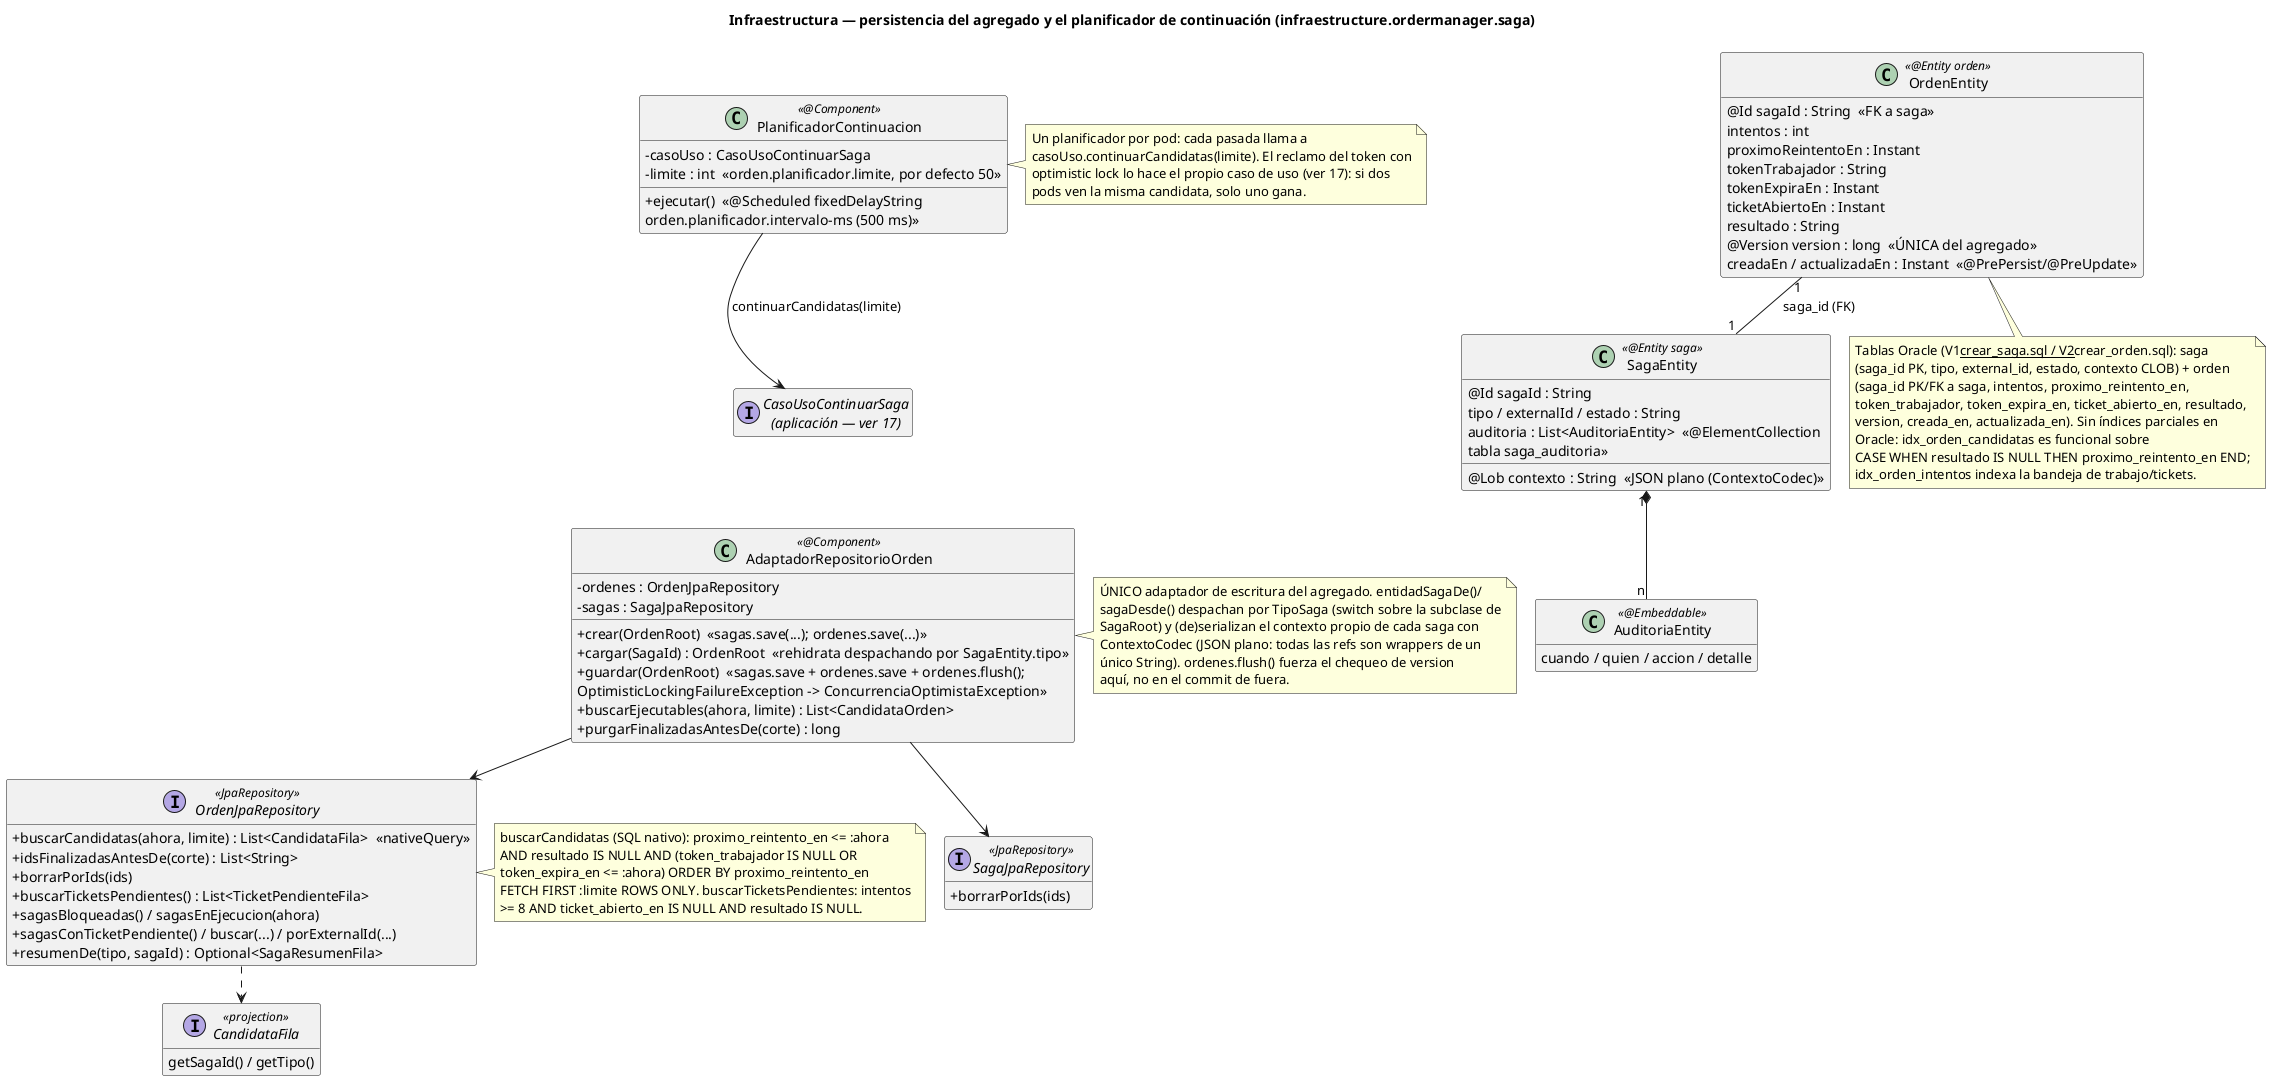
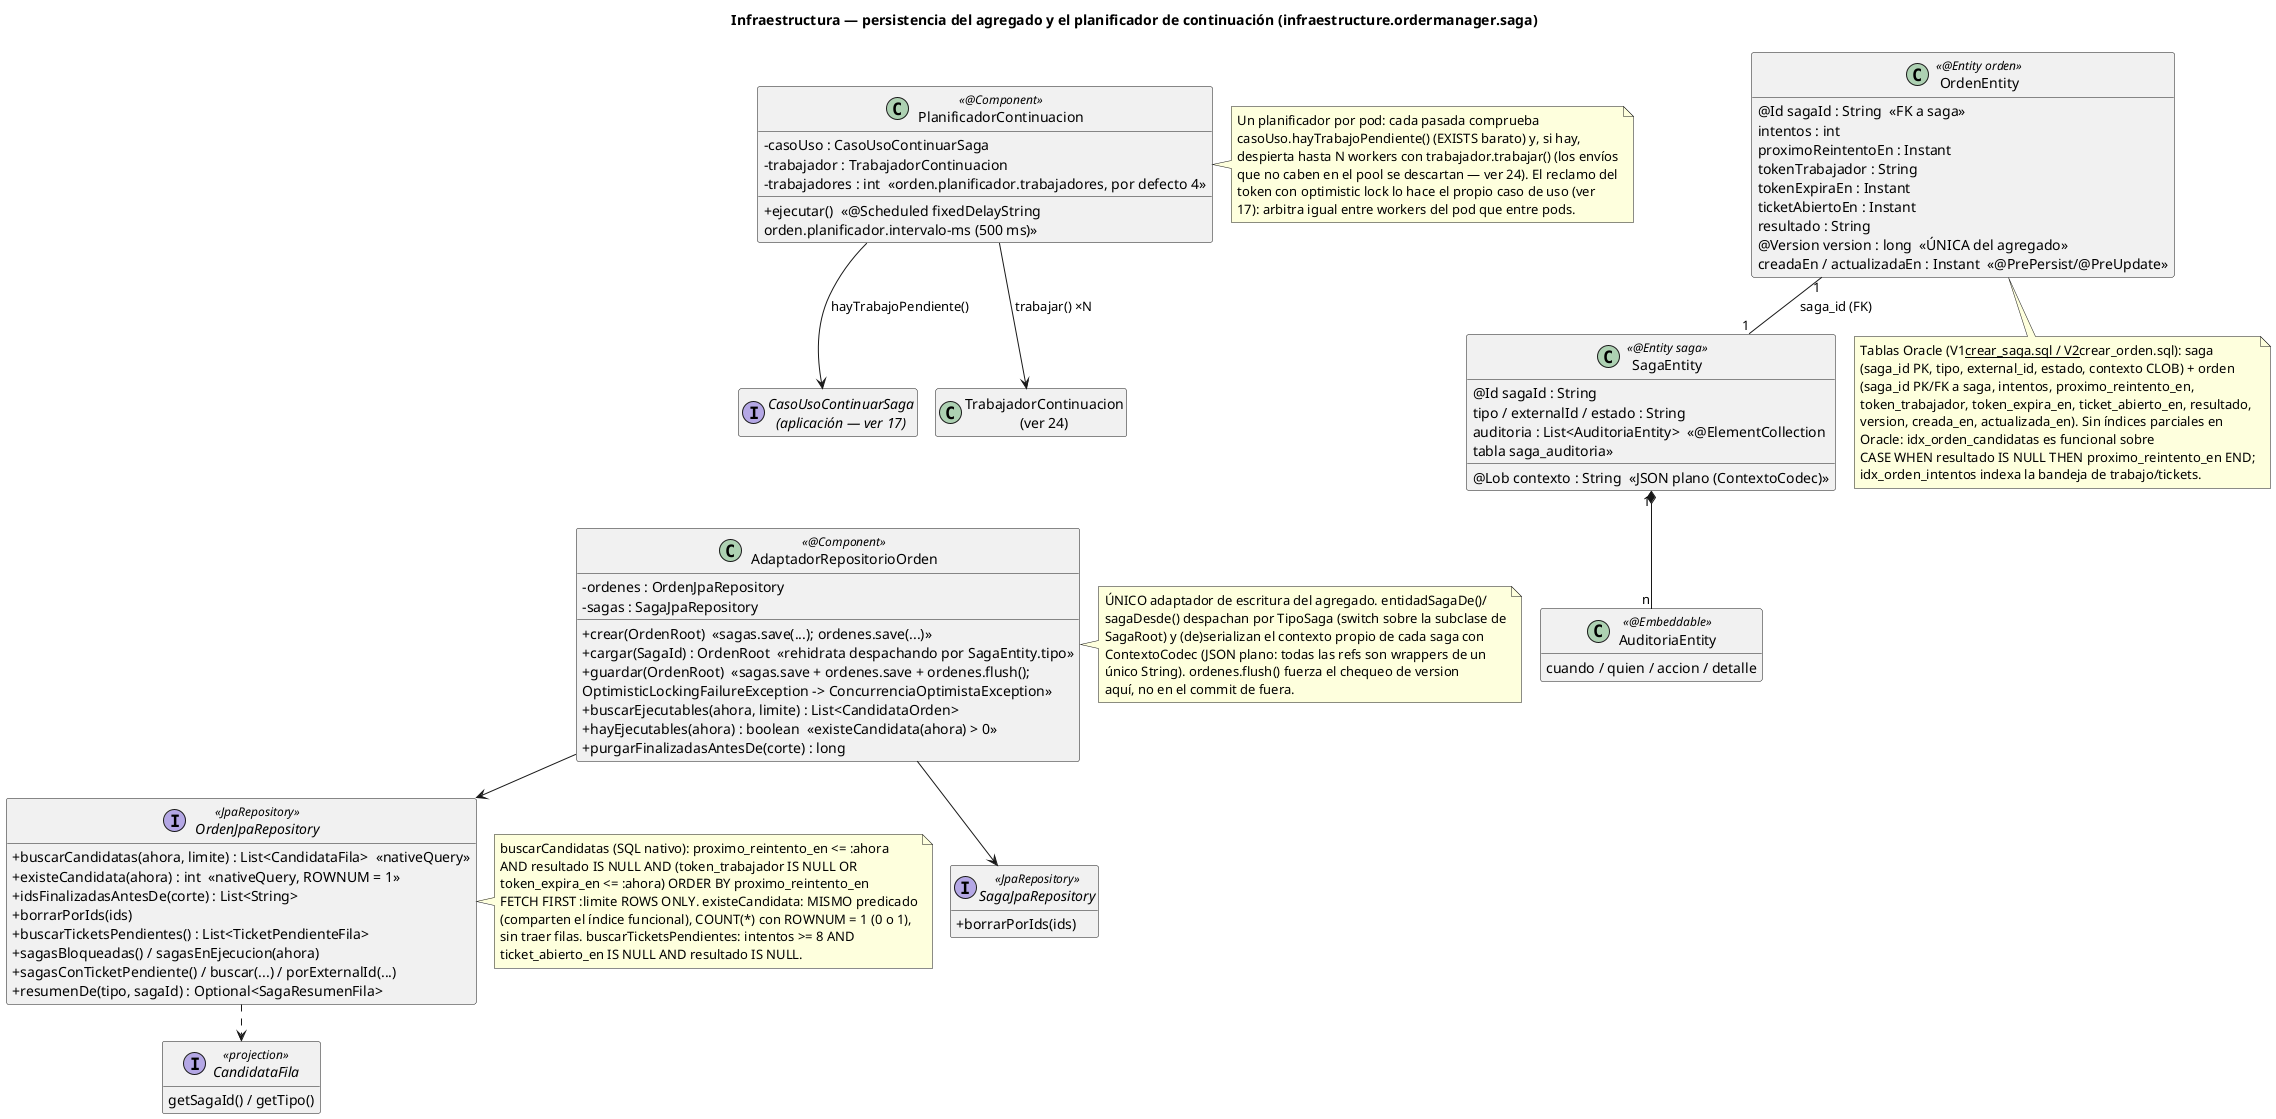
@startuml 23-clases-infraestructura-persistencia
title Infraestructura — persistencia del agregado y el planificador de continuación (infraestructure.ordermanager.saga)
!pragma layout smetana
hide empty members
skinparam classAttributeIconSize 0

class PlanificadorContinuacion <<@Component>> {
  -casoUso : CasoUsoContinuarSaga
-   -limite : int  «orden.planificador.limite, por defecto 50»
+   -trabajador : TrabajadorContinuacion
+   -trabajadores : int  «orden.planificador.trabajadores, por defecto 4»
  +ejecutar()  «@Scheduled fixedDelayString\norden.planificador.intervalo-ms (500 ms)»
}
note right of PlanificadorContinuacion
-   Un planificador por pod: cada pasada llama a
-   casoUso.continuarCandidatas(limite). El reclamo del token con
-   optimistic lock lo hace el propio caso de uso (ver 17): si dos
-   pods ven la misma candidata, solo uno gana.
+   Un planificador por pod: cada pasada comprueba
+   casoUso.hayTrabajoPendiente() (EXISTS barato) y, si hay,
+   despierta hasta N workers con trabajador.trabajar() (los envíos
+   que no caben en el pool se descartan — ver 24). El reclamo del
+   token con optimistic lock lo hace el propio caso de uso (ver
+   17): arbitra igual entre workers del pod que entre pods.
end note

interface "CasoUsoContinuarSaga\n(aplicación — ver 17)" as CasoUsoContinuarSaga
+ class "TrabajadorContinuacion\n(ver 24)" as TrabajadorContinuacion

class AdaptadorRepositorioOrden <<@Component>> {
  -ordenes : OrdenJpaRepository
  -sagas : SagaJpaRepository
  +crear(OrdenRoot)  «sagas.save(...); ordenes.save(...)»
  +cargar(SagaId) : OrdenRoot  «rehidrata despachando por SagaEntity.tipo»
  +guardar(OrdenRoot)  «sagas.save + ordenes.save + ordenes.flush();\nOptimisticLockingFailureException -> ConcurrenciaOptimistaException»
  +buscarEjecutables(ahora, limite) : List<CandidataOrden>
+   +hayEjecutables(ahora) : boolean  «existeCandidata(ahora) > 0»
  +purgarFinalizadasAntesDe(corte) : long
}
note right of AdaptadorRepositorioOrden
  ÚNICO adaptador de escritura del agregado. entidadSagaDe()/
  sagaDesde() despachan por TipoSaga (switch sobre la subclase de
  SagaRoot) y (de)serializan el contexto propio de cada saga con
  ContextoCodec (JSON plano: todas las refs son wrappers de un
  único String). ordenes.flush() fuerza el chequeo de version
  aquí, no en el commit de fuera.
end note

interface "OrdenJpaRepository" as OrdenJpa <<JpaRepository>> {
  +buscarCandidatas(ahora, limite) : List<CandidataFila>  «nativeQuery»
+   +existeCandidata(ahora) : int  «nativeQuery, ROWNUM = 1»
  +idsFinalizadasAntesDe(corte) : List<String>
  +borrarPorIds(ids)
  +buscarTicketsPendientes() : List<TicketPendienteFila>
  +sagasBloqueadas() / sagasEnEjecucion(ahora)
  +sagasConTicketPendiente() / buscar(...) / porExternalId(...)
  +resumenDe(tipo, sagaId) : Optional<SagaResumenFila>
}
interface "SagaJpaRepository" as SagaJpa <<JpaRepository>> {
  +borrarPorIds(ids)
}
interface CandidataFila <<projection>> {
  getSagaId() / getTipo()
}

class OrdenEntity <<@Entity orden>> {
  @Id sagaId : String  «FK a saga»
  intentos : int
  proximoReintentoEn : Instant
  tokenTrabajador : String
  tokenExpiraEn : Instant
  ticketAbiertoEn : Instant
  resultado : String
  @Version version : long  «ÚNICA del agregado»
  creadaEn / actualizadaEn : Instant  «@PrePersist/@PreUpdate»
}
class SagaEntity <<@Entity saga>> {
  @Id sagaId : String
  tipo / externalId / estado : String
  @Lob contexto : String  «JSON plano (ContextoCodec)»
  auditoria : List<AuditoriaEntity>  «@ElementCollection\ntabla saga_auditoria»
}
class AuditoriaEntity <<@Embeddable>> {
  cuando / quien / accion / detalle
}

note bottom of OrdenEntity
  Tablas Oracle (V1__crear_saga.sql / V2__crear_orden.sql): saga
  (saga_id PK, tipo, external_id, estado, contexto CLOB) + orden
  (saga_id PK/FK a saga, intentos, proximo_reintento_en,
  token_trabajador, token_expira_en, ticket_abierto_en, resultado,
  version, creada_en, actualizada_en). Sin índices parciales en
  Oracle: idx_orden_candidatas es funcional sobre
  CASE WHEN resultado IS NULL THEN proximo_reintento_en END;
  idx_orden_intentos indexa la bandeja de trabajo/tickets.
end note

note right of OrdenJpa
  buscarCandidatas (SQL nativo): proximo_reintento_en <= :ahora
  AND resultado IS NULL AND (token_trabajador IS NULL OR
  token_expira_en <= :ahora) ORDER BY proximo_reintento_en
-   FETCH FIRST :limite ROWS ONLY. buscarTicketsPendientes: intentos
-   >= 8 AND ticket_abierto_en IS NULL AND resultado IS NULL.
+   FETCH FIRST :limite ROWS ONLY. existeCandidata: MISMO predicado
+   (comparten el índice funcional), COUNT(*) con ROWNUM = 1 (0 o 1),
+   sin traer filas. buscarTicketsPendientes: intentos >= 8 AND
+   ticket_abierto_en IS NULL AND resultado IS NULL.
end note

- PlanificadorContinuacion --> CasoUsoContinuarSaga : continuarCandidatas(limite)
+ PlanificadorContinuacion --> CasoUsoContinuarSaga : hayTrabajoPendiente()
+ PlanificadorContinuacion --> TrabajadorContinuacion : trabajar() ×N
AdaptadorRepositorioOrden --> OrdenJpa
AdaptadorRepositorioOrden --> SagaJpa
OrdenJpa ..> CandidataFila
OrdenEntity "1" -- "1" SagaEntity : saga_id (FK)
SagaEntity "1" *-- "n" AuditoriaEntity

PlanificadorContinuacion -[hidden]down- CasoUsoContinuarSaga
CasoUsoContinuarSaga -[hidden]down- AdaptadorRepositorioOrden
@enduml
